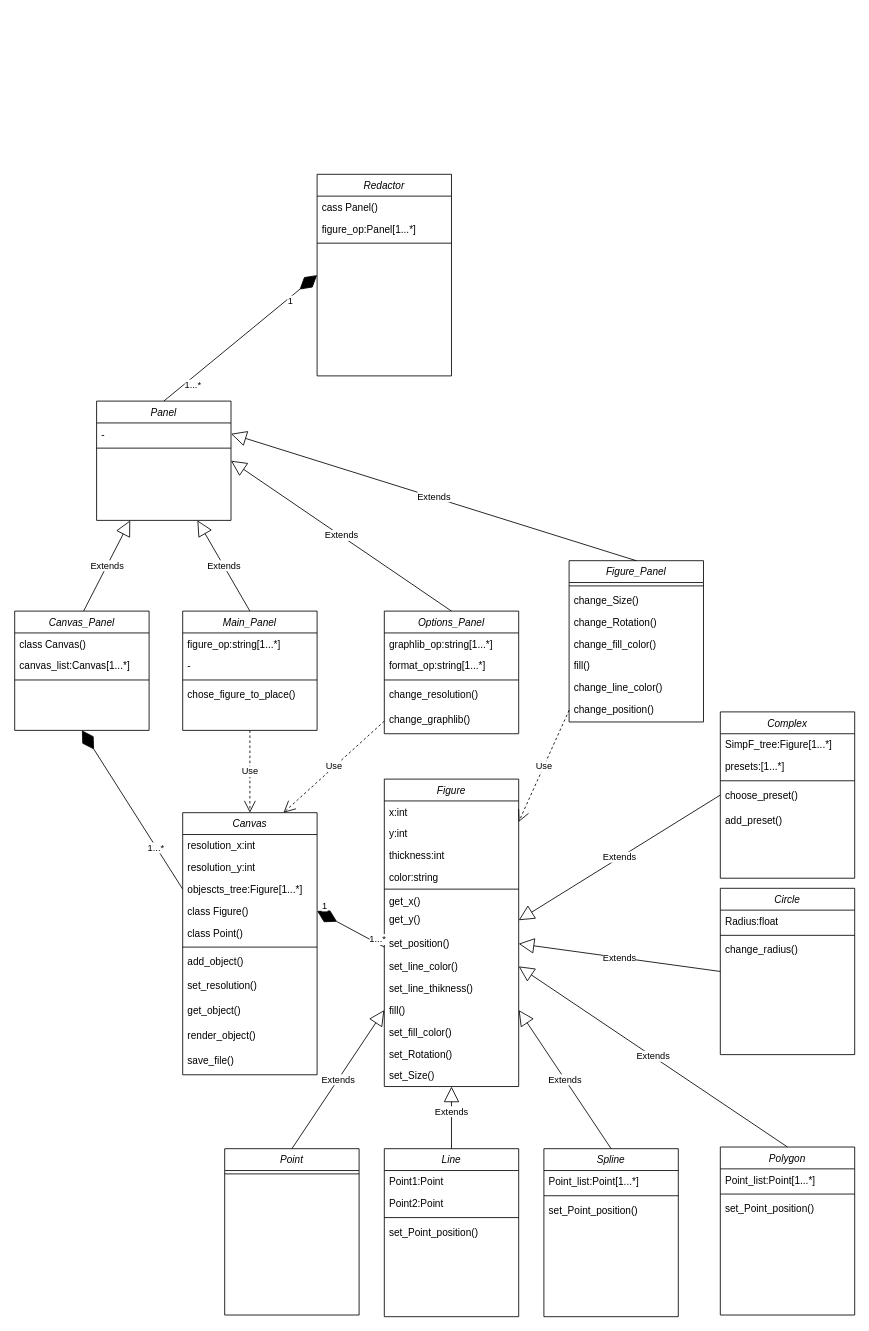
This is Диаграмма классов.drawio from MstislavRomanovski/ProgramIngeneering, a draw.io file, before an edit. Source tidied: cells renumbered, new cells numbered last; positions are measured from the earlier drawing's top-left corner, leaving out a move shared by most shapes. Both pictures are drawn from the tidied source at 84%, with x=0, y=0 at pixel (14, 174).
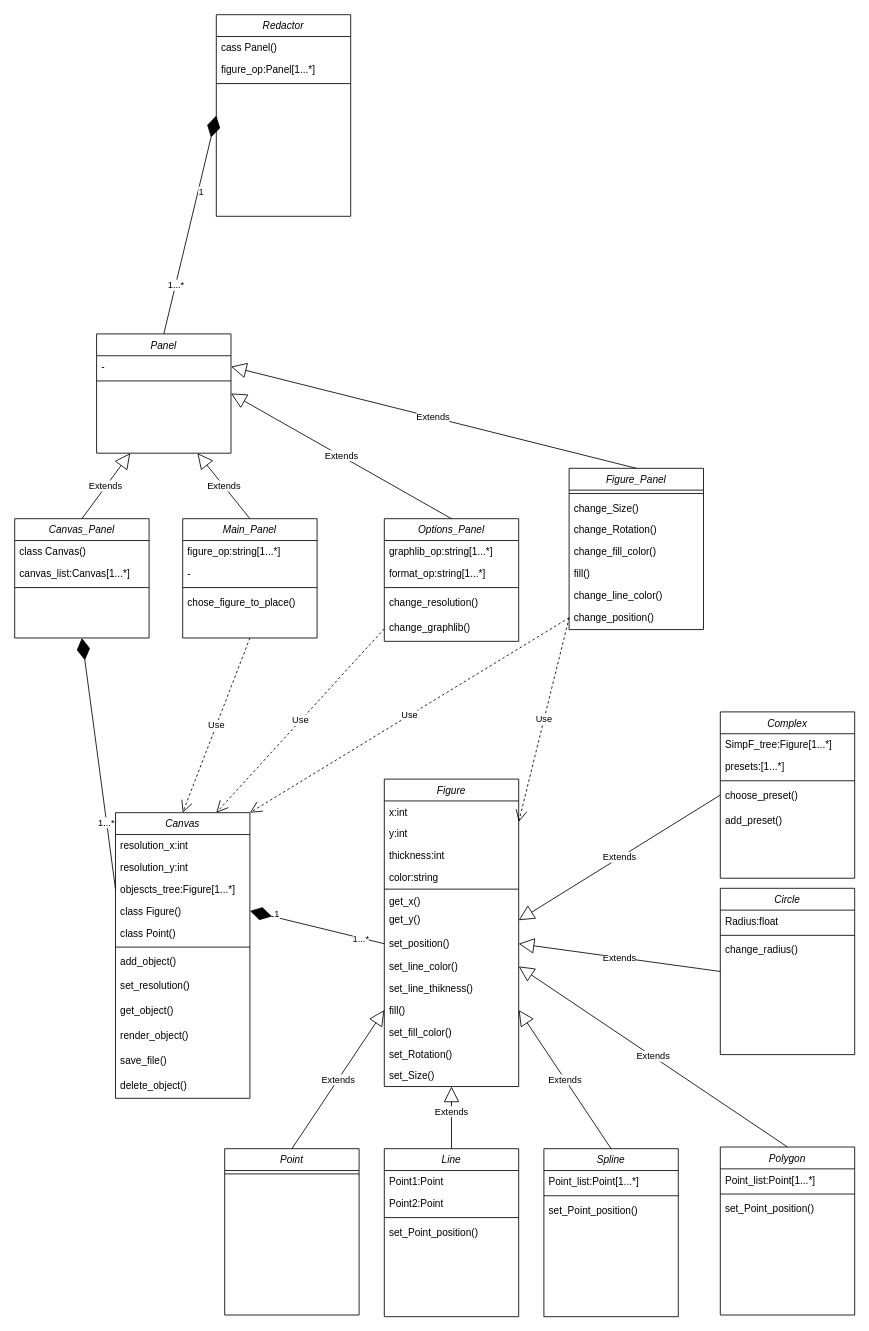
After the change.

The change refers to these unchanged cells:
```xml
<mxCell id="6" value="class Figure()" style="text;align=left;verticalAlign=top;spacingLeft=4;spacingRight=4;overflow=hidden;points=[[0,0.5],[1,0.5]];portConstraint=eastwest;rounded=0;shadow=0;html=0;" parent="2" vertex="1">
  <mxGeometry y="104" width="160" height="26" as="geometry" />
</mxCell>
<mxCell id="22" value="set_position()&#10;" style="text;align=left;verticalAlign=top;spacingLeft=4;spacingRight=4;overflow=hidden;points=[[0,0.5],[1,0.5]];portConstraint=eastwest;" parent="14" vertex="1">
  <mxGeometry y="182" width="160" height="28" as="geometry" />
</mxCell>
<mxCell id="25" value="fill()" style="text;align=left;verticalAlign=top;spacingLeft=4;spacingRight=4;overflow=hidden;points=[[0,0.5],[1,0.5]];portConstraint=eastwest;rounded=0;shadow=0;html=0;" parent="14" vertex="1">
  <mxGeometry y="262" width="160" height="26" as="geometry" />
</mxCell>
<mxCell id="41" value="Point" style="swimlane;fontStyle=2;align=center;verticalAlign=top;horizontal=1;startSize=26;rounded=0;shadow=0;strokeWidth=1;" parent="1" vertex="1">
  <mxGeometry x="250" y="1160" width="160" height="198" as="geometry" />
</mxCell>
<mxCell id="102" value="change_position()&#10;" style="text;align=left;verticalAlign=top;spacingLeft=4;spacingRight=4;overflow=hidden;points=[[0,0.5],[1,0.5]];portConstraint=eastwest;" parent="95" vertex="1">
  <mxGeometry y="164" width="160" height="28" as="geometry" />
</mxCell>
```

What changed in the source:
```diff
@@
     <mxCell id="2" value="Canvas" style="swimlane;fontStyle=2;align=center;verticalAlign=top;horizontal=1;startSize=26;rounded=0;shadow=0;strokeWidth=1;" parent="1" vertex="1">
-      <mxGeometry x="200" y="760" width="160" height="312" as="geometry" />
+      <mxGeometry x="120" y="760" width="160" height="340" as="geometry" />
     </mxCell>
@@
+    <mxCell id="105" value="delete_object()" style="text;align=left;verticalAlign=top;spacingLeft=4;spacingRight=4;overflow=hidden;" parent="2" vertex="1">
+      <mxGeometry y="312" width="160" height="28" as="geometry" />
+    </mxCell>
@@
     <mxCell id="29" value="Main_Panel" style="swimlane;fontStyle=2;align=center;verticalAlign=top;horizontal=1;startSize=26;rounded=0;shadow=0;strokeWidth=1;" parent="1" vertex="1">
-      <mxGeometry x="200" y="520" width="160" height="142" as="geometry" />
+      <mxGeometry x="200" y="410" width="160" height="142" as="geometry" />
     </mxCell>
@@
     <mxCell id="34" value="Redactor" style="swimlane;fontStyle=2;align=center;verticalAlign=top;horizontal=1;startSize=26;rounded=0;shadow=0;strokeWidth=1;" parent="1" vertex="1">
-      <mxGeometry x="360" width="160" height="240" as="geometry" />
+      <mxGeometry x="240" y="-190" width="160" height="240" as="geometry" />
     </mxCell>
@@
-    <mxCell id="40" style="endArrow=diamondThin;endFill=1;endSize=24;html=1;rounded=0;entryX=1;entryY=0.5;entryDx=0;entryDy=0;" parent="1" edge="1" target="6">
-      <mxGeometry relative="1" as="geometry">
-        <mxPoint x="440" y="920" as="sourcePoint" />
-      </mxGeometry>
+    <mxCell id="40" style="endArrow=diamondThin;endFill=1;endSize=24;html=1;rounded=0;entryX=1;entryY=0.5;entryDx=0;entryDy=0;exitX=0;exitY=0.5;exitDx=0;exitDy=0;" parent="1" edge="1" source="22" target="6">
+      <mxGeometry relative="1" as="geometry" />
     </mxCell>
@@
-    <mxCell id="58" value="Extends" style="endArrow=block;endSize=16;endFill=0;html=1;rounded=0;exitX=0.5;exitY=0;exitDx=0;exitDy=0;entryX=0;entryY=0.5;entryDx=0;entryDy=0;" parent="1" edge="1" source="41">
-      <mxGeometry relative="1" as="geometry">
-        <mxPoint x="440" y="995" as="targetPoint" />
-      </mxGeometry>
+    <mxCell id="58" value="Extends" style="endArrow=block;endSize=16;endFill=0;html=1;rounded=0;exitX=0.5;exitY=0;exitDx=0;exitDy=0;entryX=0;entryY=0.5;entryDx=0;entryDy=0;" parent="1" edge="1" source="41" target="25">
+      <mxGeometry relative="1" as="geometry" />
     </mxCell>
@@
     <mxCell id="74" value="Options_Panel" style="swimlane;fontStyle=2;align=center;verticalAlign=top;horizontal=1;startSize=26;rounded=0;shadow=0;strokeWidth=1;" parent="1" vertex="1">
-      <mxGeometry x="440" y="520" width="160" height="146" as="geometry" />
+      <mxGeometry x="440" y="410" width="160" height="146" as="geometry" />
     </mxCell>
@@
     <mxCell id="81" value="1...*" style="edgeLabel;html=1;align=center;verticalAlign=middle;" parent="1" vertex="1">
-      <mxGeometry x="140" y="380" as="geometry">
+      <mxGeometry x="120" y="261" as="geometry">
         <mxPoint x="71" y="-130" as="offset" />
       </mxGeometry>
     </mxCell>
     <mxCell id="82" value="1" style="edgeLabel;html=1;align=center;verticalAlign=middle;" parent="1" vertex="1">
-      <mxGeometry x="400" y="210" as="geometry">
+      <mxGeometry x="294" y="80" as="geometry">
         <mxPoint x="-73" y="-60" as="offset" />
       </mxGeometry>
     </mxCell>
     <mxCell id="83" value="1" style="edgeLabel;html=1;align=center;verticalAlign=middle;" parent="1" vertex="1">
-      <mxGeometry x="177.5" y="830" as="geometry">
+      <mxGeometry x="120" y="840" as="geometry">
         <mxPoint x="191" y="40" as="offset" />
       </mxGeometry>
     </mxCell>
     <mxCell id="84" value="1...*" style="edgeLabel;html=1;align=center;verticalAlign=middle;" parent="1" vertex="1">
-      <mxGeometry x="240" y="870" as="geometry">
+      <mxGeometry x="220" y="870" as="geometry">
         <mxPoint x="191" y="40" as="offset" />
       </mxGeometry>
     </mxCell>
     <mxCell id="85" value="Panel" style="swimlane;fontStyle=2;align=center;verticalAlign=top;horizontal=1;startSize=26;rounded=0;shadow=0;strokeWidth=1;" parent="1" vertex="1">
-      <mxGeometry x="97.5" y="270" width="160" height="142" as="geometry" />
+      <mxGeometry x="97.5" y="190" width="160" height="142" as="geometry" />
     </mxCell>
@@
     <mxCell id="90" value="Canvas_Panel" style="swimlane;fontStyle=2;align=center;verticalAlign=top;horizontal=1;startSize=26;rounded=0;shadow=0;strokeWidth=1;" parent="1" vertex="1">
-      <mxGeometry y="520" width="160" height="142" as="geometry" />
+      <mxGeometry y="410" width="160" height="142" as="geometry" />
     </mxCell>
@@
-    <mxCell id="94" value="Extends" style="endArrow=block;endSize=16;endFill=0;html=1;rounded=0;entryX=0.25;entryY=1;entryDx=0;entryDy=0;exitX=0.5;exitY=0;exitDx=0;exitDy=0;" parent="1" edge="1" target="85">
-      <mxGeometry relative="1" as="geometry">
-        <mxPoint x="82" y="520" as="sourcePoint" />
-      </mxGeometry>
+    <mxCell id="94" value="Extends" style="endArrow=block;endSize=16;endFill=0;html=1;rounded=0;entryX=0.25;entryY=1;entryDx=0;entryDy=0;exitX=0.5;exitY=0;exitDx=0;exitDy=0;" parent="1" edge="1" source="90" target="85">
+      <mxGeometry relative="1" as="geometry" />
     </mxCell>
     <mxCell id="95" value="Figure_Panel" style="swimlane;fontStyle=2;align=center;verticalAlign=top;horizontal=1;startSize=26;rounded=0;shadow=0;strokeWidth=1;" parent="1" vertex="1">
-      <mxGeometry x="660" y="460" width="160" height="192" as="geometry" />
+      <mxGeometry x="660" y="350" width="160" height="192" as="geometry" />
     </mxCell>
@@
+    <mxCell id="106" value="Use" style="endArrow=open;endSize=12;dashed=1;html=1;rounded=0;exitX=0;exitY=0.5;exitDx=0;exitDy=0;entryX=1;entryY=0;entryDx=0;entryDy=0;" parent="1" edge="1" source="102" target="2">
+      <mxGeometry relative="1" as="geometry" />
+    </mxCell>
```
